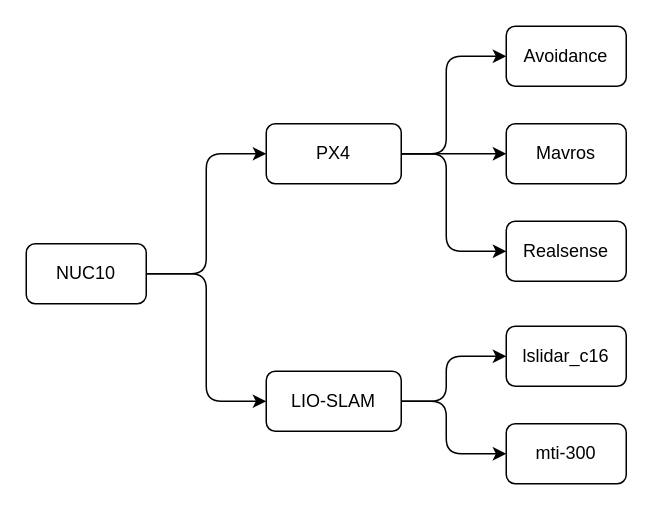
Before: draw.io/PX4+SLAM.drawio in MistyMoonR/tsinghua-PX4-ROS, a draw.io diagram. Source tidied: cells renumbered, new cells numbered last; positions are measured from the earlier drawing's top-left corner, leaving out a move shared by most shapes. Both pictures are drawn from the tidied source at 150%, with x=0, y=0 at pixel (26, 26).
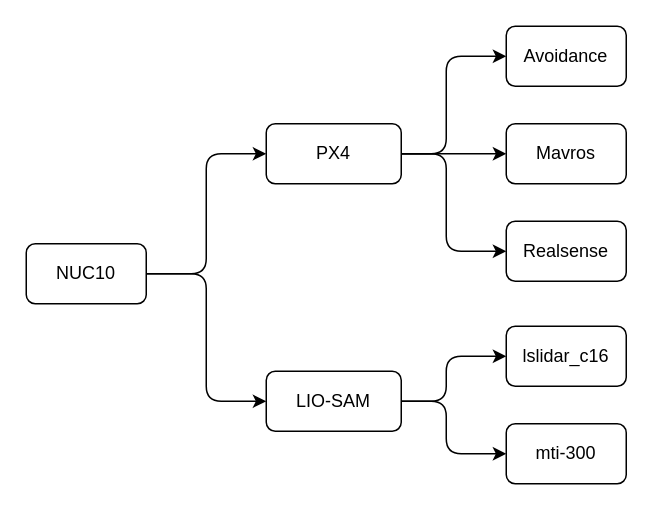
After the change.

Change to the diagram source:
```diff
@@
-    <mxCell id="5" value="LIO-SLAM" style="rounded=1;whiteSpace=wrap;html=1;" parent="1" vertex="1">
+    <mxCell id="5" value="LIO-SAM" style="rounded=1;whiteSpace=wrap;html=1;" parent="1" vertex="1">
       <mxGeometry x="160" y="230" width="90" height="40" as="geometry" />
     </mxCell>
```
